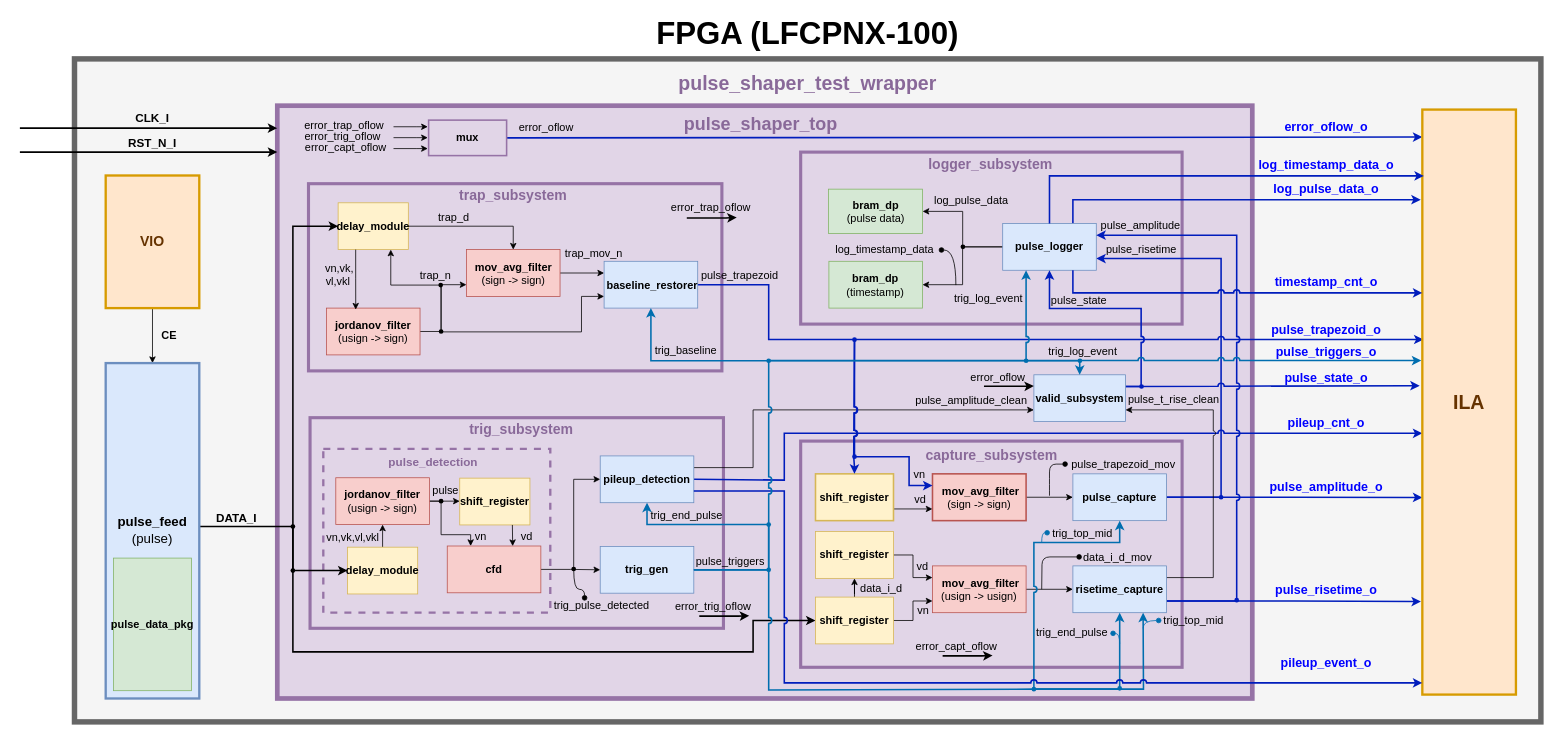
Above: docs/Trapezoidal_Pulse_Shaper_BD.drawio in mexarlg/trap_filter (draw.io), before the change. Source tidied: cells renumbered, new cells numbered last; positions are measured from the earlier drawing's top-left corner, leaving out a move shared by most shapes. Both pictures are drawn from the tidied source at 78%, with x=0, y=0 at pixel (20, 20).
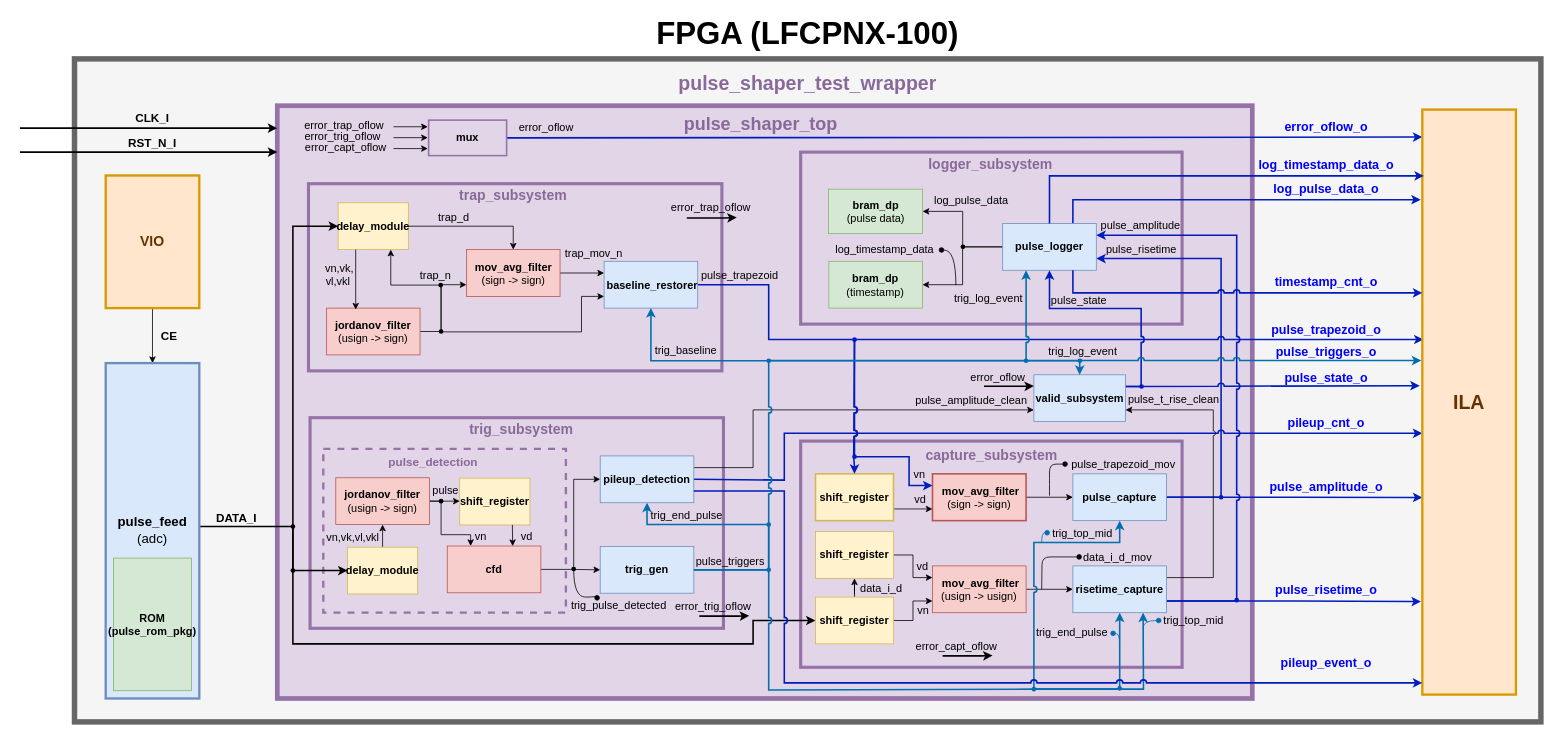
Above is the later version.

Unchanged cells that the change refers to:
```xml
<mxCell id="12" style="shape=waypoint;sketch=0;fillStyle=solid;size=6;points=[];fillColor=none;perimeter=centerPerimeter;snapToPoint=1;strokeColor=#000000;" parent="1" vertex="1">
  <mxGeometry x="340" y="638.5" width="20" height="20" as="geometry" />
</mxCell>
<mxCell id="36" style="shape=waypoint;sketch=0;fillStyle=solid;size=6;points=[];fillColor=none;perimeter=centerPerimeter;snapToPoint=1;" parent="1" vertex="1">
  <mxGeometry x="700" y="693" width="20" height="20" as="geometry" />
</mxCell>
<mxCell id="87" value="&lt;div&gt;&lt;span style=&quot;background-color: transparent; color: light-dark(rgb(0, 0, 0), rgb(255, 255, 255));&quot;&gt;&lt;b&gt;&lt;font style=&quot;font-size: 14px;&quot;&gt;shift_register&lt;/font&gt;&lt;/b&gt;&lt;/span&gt;&lt;/div&gt;" style="rounded=0;whiteSpace=wrap;html=1;fillColor=#fff2cc;strokeColor=#d6b656;" parent="1" vertex="1">
  <mxGeometry x="1020" y="739" width="100" height="60" as="geometry" />
</mxCell>
```

Change to the diagram source:
```diff
@@
     <mxCell id="8" style="rounded=0;whiteSpace=wrap;html=1;fillColor=none;strokeColor=light-dark(#9673a6, #d7817e);strokeWidth=3;dashed=1;" parent="1" vertex="1">
-      <mxGeometry x="389" y="549" width="291" height="210" as="geometry" />
+      <mxGeometry x="389" y="549" width="311" height="210" as="geometry" />
     </mxCell>
@@
     <mxCell id="11" style="edgeStyle=orthogonalEdgeStyle;rounded=0;jettySize=auto;html=1;entryX=0;entryY=0.5;entryDx=0;entryDy=0;strokeWidth=2;jumpStyle=arc;fillColor=#f8cecc;strokeColor=#000000;" parent="1" edge="1" source="12" target="87">
       <mxGeometry relative="1" as="geometry">
         <Array as="points">
-          <mxPoint x="350" y="809.2" />
-          <mxPoint x="940" y="809.2" />
+          <mxPoint x="350" y="799" />
+          <mxPoint x="940" y="799" />
           <mxPoint x="940" y="769" />
         </Array>
       </mxGeometry>
     </mxCell>
@@
-    <mxCell id="54" value="&lt;div&gt;&lt;span style=&quot;background-color: transparent; color: light-dark(rgb(0, 0, 0), rgb(255, 255, 255));&quot;&gt;&lt;b&gt;&lt;font style=&quot;font-size: 17px;&quot;&gt;pulse_feed&lt;/font&gt;&lt;/b&gt;&lt;/span&gt;&lt;/div&gt;&lt;div&gt;&lt;span style=&quot;background-color: transparent; color: light-dark(rgb(0, 0, 0), rgb(255, 255, 255));&quot;&gt;&lt;font style=&quot;font-size: 17px;&quot;&gt;(pulse)&lt;/font&gt;&lt;/span&gt;&lt;/div&gt;" style="rounded=0;whiteSpace=wrap;html=1;fillColor=#dae8fc;strokeColor=#6c8ebf;strokeWidth=3;" parent="1" vertex="1">
+    <mxCell id="54" value="&lt;div&gt;&lt;span style=&quot;background-color: transparent; color: light-dark(rgb(0, 0, 0), rgb(255, 255, 255));&quot;&gt;&lt;b&gt;&lt;font style=&quot;font-size: 17px;&quot;&gt;pulse_feed&lt;/font&gt;&lt;/b&gt;&lt;/span&gt;&lt;/div&gt;&lt;div&gt;&lt;span style=&quot;background-color: transparent; color: light-dark(rgb(0, 0, 0), rgb(255, 255, 255));&quot;&gt;&lt;font style=&quot;font-size: 17px;&quot;&gt;(adc)&lt;/font&gt;&lt;/span&gt;&lt;/div&gt;" style="rounded=0;whiteSpace=wrap;html=1;fillColor=#dae8fc;strokeColor=#6c8ebf;strokeWidth=3;" parent="1" vertex="1">
       <mxGeometry x="110" y="439" width="120" height="430" as="geometry" />
     </mxCell>
@@
-    <mxCell id="115" value="&lt;div&gt;&lt;span style=&quot;background-color: transparent; color: light-dark(rgb(0, 0, 0), rgb(255, 255, 255));&quot;&gt;&lt;b&gt;&lt;font style=&quot;font-size: 14px;&quot;&gt;pulse_data_pkg&lt;/font&gt;&lt;/b&gt;&lt;/span&gt;&lt;/div&gt;" style="rounded=0;whiteSpace=wrap;html=1;fillColor=#d5e8d4;strokeColor=#82b366;" parent="1" vertex="1">
+    <mxCell id="115" value="&lt;div&gt;&lt;span style=&quot;background-color: transparent; color: light-dark(rgb(0, 0, 0), rgb(255, 255, 255));&quot;&gt;&lt;b&gt;&lt;font style=&quot;font-size: 14px;&quot;&gt;ROM&lt;/font&gt;&lt;/b&gt;&lt;/span&gt;&lt;/div&gt;&lt;div&gt;&lt;span style=&quot;background-color: transparent; color: light-dark(rgb(0, 0, 0), rgb(255, 255, 255));&quot;&gt;&lt;b&gt;&lt;font style=&quot;font-size: 14px;&quot;&gt;(pulse_rom_pkg)&lt;/font&gt;&lt;/b&gt;&lt;/span&gt;&lt;/div&gt;" style="rounded=0;whiteSpace=wrap;html=1;fillColor=#d5e8d4;strokeColor=#82b366;" parent="1" vertex="1">
       <mxGeometry x="120" y="689" width="100" height="170" as="geometry" />
     </mxCell>
@@
-    <mxCell id="141" value="CE" style="text;html=1;whiteSpace=wrap;strokeColor=none;fillColor=none;align=center;verticalAlign=middle;rounded=0;fontSize=14;fontStyle=1;" parent="1" vertex="1">
+    <mxCell id="141" value="CE" style="text;html=1;whiteSpace=wrap;strokeColor=none;fillColor=none;align=center;verticalAlign=middle;rounded=0;fontSize=15;fontStyle=1;" parent="1" vertex="1">
       <mxGeometry x="173" y="394.5" width="37" height="19" as="geometry" />
     </mxCell>
@@
     <mxCell id="143" value="trig_pulse_detected" style="text;html=1;whiteSpace=wrap;strokeColor=none;fillColor=none;align=center;verticalAlign=middle;rounded=0;fontSize=14;" parent="1" vertex="1">
-      <mxGeometry x="717" y="740" width="58" height="20.5" as="geometry" />
+      <mxGeometry x="739" y="740" width="58" height="20.5" as="geometry" />
     </mxCell>
@@
     <mxCell id="175" style="edgeStyle=orthogonalEdgeStyle;rounded=0;jettySize=auto;html=1;entryX=0.589;entryY=0.712;entryDx=0;entryDy=0;entryPerimeter=0;curved=1;endArrow=none;endFill=0;startArrow=oval;startFill=1;fillColor=#0050ef;strokeColor=#000000;" parent="1" edge="1" source="143" target="36">
       <mxGeometry relative="1" as="geometry">
         <Array as="points">
-          <mxPoint x="724" y="729" />
-          <mxPoint x="710" y="729" />
+          <mxPoint x="740" y="739" />
+          <mxPoint x="710" y="739" />
         </Array>
       </mxGeometry>
     </mxCell>
```
